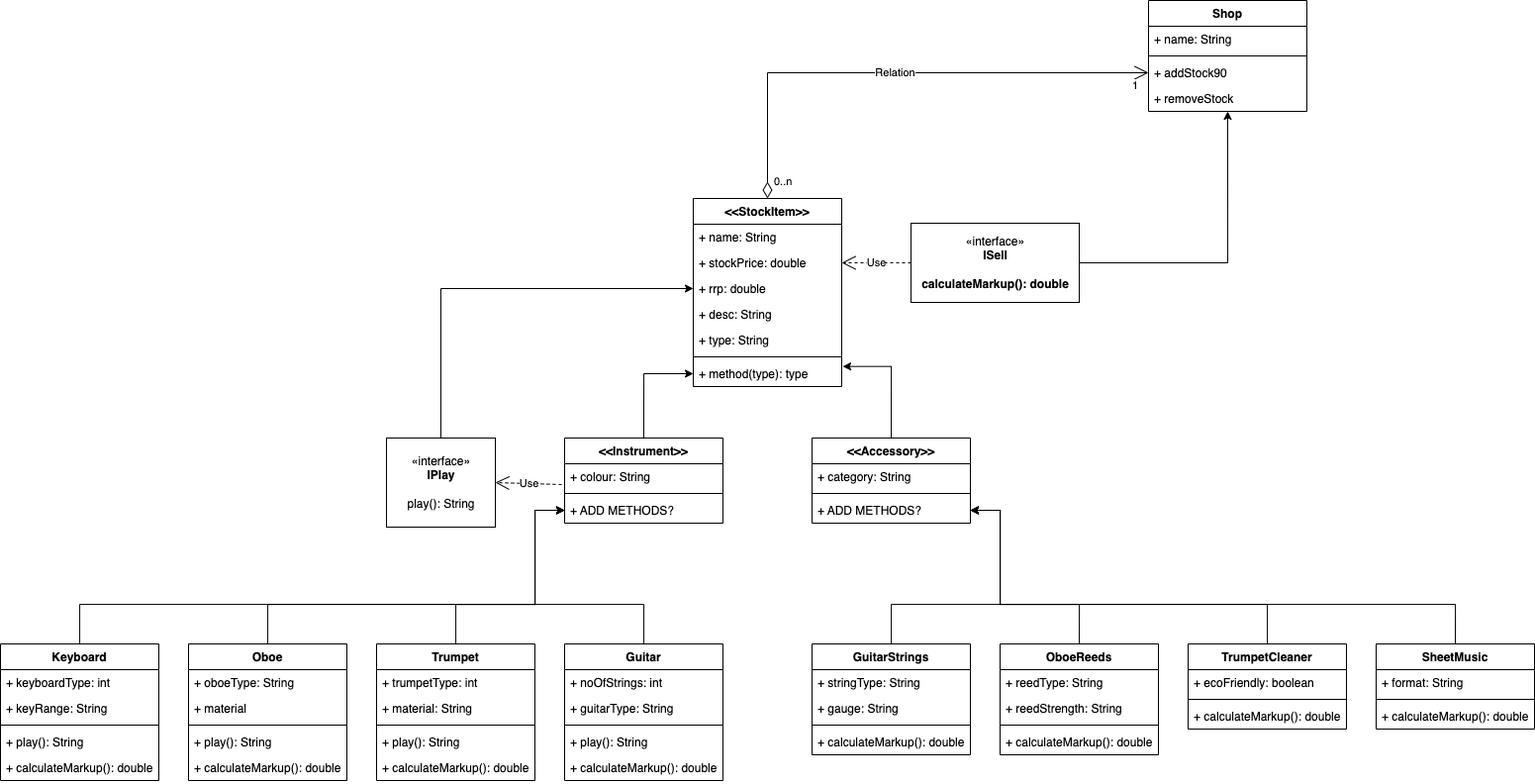
This is planning/Class diagram - music shop.png from Peetfire/w12_we_homework_rays_music_exchange, a draw.io export, as it was before one commit. Source tidied: cells renumbered, new cells last; positions are measured from the earlier drawing's top-left corner, leaving out a move shared by most shapes.
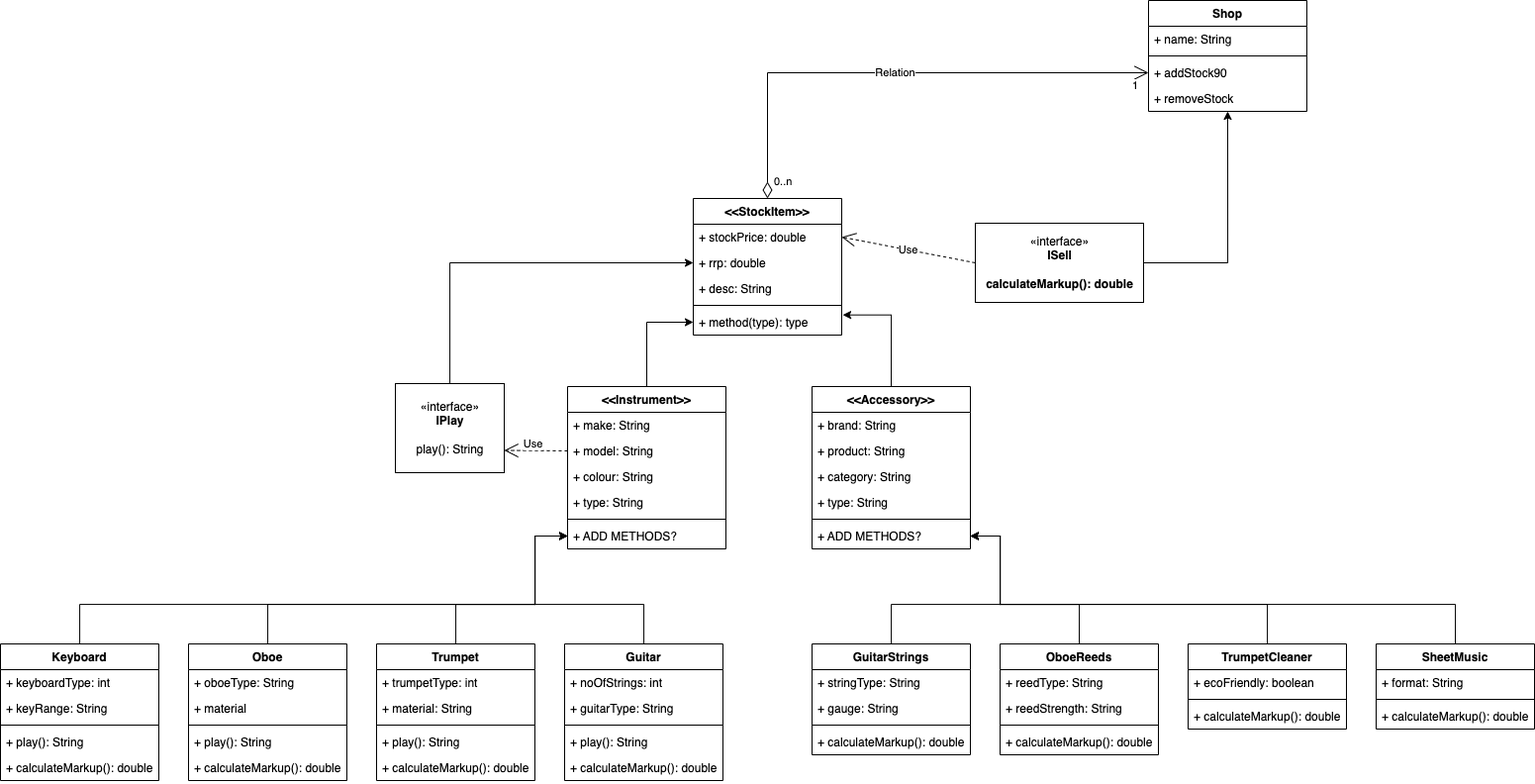
Above is the later version.

Diff of the diagram source:
```diff
@@ -7,7 +7,7 @@
         <Array as="points">
           <mxPoint x="650" y="610" />
           <mxPoint x="540" y="610" />
-          <mxPoint x="540" y="515" />
+          <mxPoint x="540" y="541" />
         </Array>
       </mxGeometry>
     </mxCell>
@@ -33,62 +33,60 @@
       <mxGeometry relative="1" as="geometry" />
     </mxCell>
     <mxCell id="10" value="&lt;&lt;Instrument&gt;&gt;" style="swimlane;fontStyle=1;align=center;verticalAlign=top;horizontal=1;startSize=26;" parent="1" vertex="1">
-      <mxGeometry x="570" y="442" width="160" height="86" as="geometry" />
+      <mxGeometry x="573" y="390" width="160" height="164" as="geometry" />
     </mxCell>
-    <mxCell id="11" value="+ colour: String" style="text;strokeColor=none;fillColor=none;align=left;verticalAlign=top;spacingLeft=4;spacingRight=4;overflow=hidden;" parent="10" vertex="1">
+    <mxCell id="11" value="+ make: String" style="text;strokeColor=none;fillColor=none;align=left;verticalAlign=top;spacingLeft=4;spacingRight=4;overflow=hidden;" parent="10" vertex="1">
       <mxGeometry y="26" width="160" height="26" as="geometry" />
     </mxCell>
+    <mxCell id="85" value="+ model: String" style="text;strokeColor=none;fillColor=none;align=left;verticalAlign=top;spacingLeft=4;spacingRight=4;overflow=hidden;points=[[0,0.5],[1,0.5]];portConstraint=eastwest;" parent="10" vertex="1">
+      <mxGeometry y="52" width="160" height="26" as="geometry" />
+    </mxCell>
+    <mxCell id="86" value="+ colour: String" style="text;strokeColor=none;fillColor=none;align=left;verticalAlign=top;spacingLeft=4;spacingRight=4;overflow=hidden;" parent="10" vertex="1">
+      <mxGeometry y="78" width="160" height="26" as="geometry" />
+    </mxCell>
+    <mxCell id="22" value="+ type: String" style="text;strokeColor=none;fillColor=none;align=left;verticalAlign=top;spacingLeft=4;spacingRight=4;overflow=hidden;" parent="10" vertex="1">
+      <mxGeometry y="104" width="160" height="26" as="geometry" />
+    </mxCell>
     <mxCell id="12" style="line;strokeWidth=1;fillColor=none;align=left;verticalAlign=middle;spacingTop=-1;spacingLeft=3;spacingRight=3;labelPosition=right;" parent="10" vertex="1">
-      <mxGeometry y="52" width="160" height="8" as="geometry" />
+      <mxGeometry y="130" width="160" height="8" as="geometry" />
     </mxCell>
     <mxCell id="13" value="+ ADD METHODS?" style="text;strokeColor=none;fillColor=none;align=left;verticalAlign=top;spacingLeft=4;spacingRight=4;overflow=hidden;points=[[0,0.5],[1,0.5]];portConstraint=eastwest;" parent="10" vertex="1">
-      <mxGeometry y="60" width="160" height="26" as="geometry" />
+      <mxGeometry y="138" width="160" height="26" as="geometry" />
     </mxCell>
-    <mxCell id="14" style="edgeStyle=orthogonalEdgeStyle;rounded=0;jettySize=auto;html=1;exitX=1;exitY=0.5;exitDx=0;exitDy=0;" parent="1" edge="1" source="16">
-      <mxGeometry relative="1" as="geometry">
-        <mxPoint x="500" y="487" as="targetPoint" />
-      </mxGeometry>
-    </mxCell>
     <mxCell id="15" style="edgeStyle=orthogonalEdgeStyle;rounded=0;jettySize=auto;html=1;entryX=0;entryY=0.5;entryDx=0;entryDy=0;" parent="1" edge="1" source="16" target="20">
       <mxGeometry relative="1" as="geometry" />
     </mxCell>
     <mxCell id="16" value="«interface»&lt;br&gt;&lt;b&gt;IPlay&lt;/b&gt;&lt;br&gt;&lt;br&gt;play(): String" style="html=1;" parent="1" vertex="1">
-      <mxGeometry x="390" y="442" width="110" height="90" as="geometry" />
+      <mxGeometry x="399" y="387" width="110" height="90" as="geometry" />
     </mxCell>
     <mxCell id="17" value="&lt;&lt;StockItem&gt;&gt;" style="swimlane;fontStyle=1;align=center;verticalAlign=top;horizontal=1;startSize=26;" parent="1" vertex="1">
-      <mxGeometry x="700" y="200" width="150" height="190" as="geometry" />
+      <mxGeometry x="700" y="200" width="150" height="138" as="geometry" />
     </mxCell>
-    <mxCell id="18" value="+ name: String" style="text;strokeColor=none;fillColor=none;align=left;verticalAlign=top;spacingLeft=4;spacingRight=4;overflow=hidden;" parent="17" vertex="1">
-      <mxGeometry y="26" width="150" height="26" as="geometry" />
-    </mxCell>
     <mxCell id="19" value="+ stockPrice: double" style="text;strokeColor=none;fillColor=none;align=left;verticalAlign=top;spacingLeft=4;spacingRight=4;overflow=hidden;points=[[0,0.5],[1,0.5]];portConstraint=eastwest;" parent="17" vertex="1">
-      <mxGeometry y="52" width="150" height="26" as="geometry" />
+      <mxGeometry y="26" width="150" height="26" as="geometry" />
     </mxCell>
     <mxCell id="20" value="+ rrp: double" style="text;strokeColor=none;fillColor=none;align=left;verticalAlign=top;spacingLeft=4;spacingRight=4;overflow=hidden;points=[[0,0.5],[1,0.5]];portConstraint=eastwest;" parent="17" vertex="1">
-      <mxGeometry y="78" width="150" height="26" as="geometry" />
+      <mxGeometry y="52" width="150" height="26" as="geometry" />
     </mxCell>
     <mxCell id="21" value="+ desc: String" style="text;strokeColor=none;fillColor=none;align=left;verticalAlign=top;spacingLeft=4;spacingRight=4;overflow=hidden;" parent="17" vertex="1">
-      <mxGeometry y="104" width="150" height="26" as="geometry" />
+      <mxGeometry y="78" width="150" height="26" as="geometry" />
     </mxCell>
-    <mxCell id="22" value="+ type: String" style="text;strokeColor=none;fillColor=none;align=left;verticalAlign=top;spacingLeft=4;spacingRight=4;overflow=hidden;" parent="17" vertex="1">
-      <mxGeometry y="130" width="150" height="26" as="geometry" />
-    </mxCell>
     <mxCell id="23" style="line;strokeWidth=1;fillColor=none;align=left;verticalAlign=middle;spacingTop=-1;spacingLeft=3;spacingRight=3;labelPosition=right;" parent="17" vertex="1">
-      <mxGeometry y="156" width="150" height="8" as="geometry" />
+      <mxGeometry y="104" width="150" height="8" as="geometry" />
     </mxCell>
     <mxCell id="24" value="+ method(type): type" style="text;strokeColor=none;fillColor=none;align=left;verticalAlign=top;spacingLeft=4;spacingRight=4;overflow=hidden;points=[[0,0.5],[1,0.5]];portConstraint=eastwest;" parent="17" vertex="1">
-      <mxGeometry y="164" width="150" height="26" as="geometry" />
+      <mxGeometry y="112" width="150" height="26" as="geometry" />
     </mxCell>
-    <mxCell id="25" value="Use" style="endArrow=open;endSize=12;dashed=1;html=1;rounded=0;exitX=-0.019;exitY=0.808;exitDx=0;exitDy=0;entryX=1;entryY=0.5;entryDx=0;entryDy=0;exitPerimeter=0;" parent="1" edge="1" target="16">
-      <mxGeometry relative="1" as="geometry">
-        <mxPoint x="567" y="489" as="sourcePoint" />
+    <mxCell id="25" value="Use" style="endArrow=open;endSize=12;dashed=1;html=1;rounded=0;entryX=1;entryY=0.75;entryDx=0;entryDy=0;exitX=0;exitY=0.5;exitDx=0;exitDy=0;" parent="1" edge="1" source="85" target="16">
+      <mxGeometry x="0.11" y="-7" relative="1" as="geometry">
+        <mxPoint x="1" as="offset" />
       </mxGeometry>
     </mxCell>
     <mxCell id="26" style="edgeStyle=orthogonalEdgeStyle;rounded=0;jettySize=auto;html=1;entryX=0.5;entryY=1;entryDx=0;entryDy=0;" parent="1" edge="1" source="27" target="77">
       <mxGeometry relative="1" as="geometry" />
     </mxCell>
     <mxCell id="27" value="«interface»&lt;br&gt;&lt;b&gt;ISell&lt;br&gt;&lt;br&gt;calculateMarkup(): double&lt;br&gt;&lt;/b&gt;" style="html=1;" parent="1" vertex="1">
-      <mxGeometry x="920" y="225" width="170" height="80" as="geometry" />
+      <mxGeometry x="985" y="225" width="170" height="80" as="geometry" />
     </mxCell>
     <mxCell id="28" value="Use" style="endArrow=open;endSize=12;dashed=1;html=1;rounded=0;exitX=0;exitY=0.5;exitDx=0;exitDy=0;entryX=1;entryY=0.5;entryDx=0;entryDy=0;" parent="1" edge="1" source="27" target="19">
       <mxGeometry relative="1" as="geometry" />
@@ -98,7 +96,7 @@
         <Array as="points">
           <mxPoint x="900" y="610" />
           <mxPoint x="1010" y="610" />
-          <mxPoint x="1010" y="515" />
+          <mxPoint x="1010" y="541" />
         </Array>
       </mxGeometry>
     </mxCell>
@@ -121,23 +119,32 @@
       <mxGeometry relative="1" as="geometry" />
     </mxCell>
     <mxCell id="36" value="&lt;&lt;Accessory&gt;&gt;" style="swimlane;fontStyle=1;align=center;verticalAlign=top;horizontal=1;startSize=26;" parent="1" vertex="1">
-      <mxGeometry x="820" y="442" width="160" height="86" as="geometry" />
+      <mxGeometry x="820" y="390" width="160" height="164" as="geometry" />
     </mxCell>
-    <mxCell id="37" value="+ category: String" style="text;strokeColor=none;fillColor=none;align=left;verticalAlign=top;spacingLeft=4;spacingRight=4;overflow=hidden;" parent="36" vertex="1">
+    <mxCell id="37" value="+ brand: String" style="text;strokeColor=none;fillColor=none;align=left;verticalAlign=top;spacingLeft=4;spacingRight=4;overflow=hidden;" parent="36" vertex="1">
       <mxGeometry y="26" width="160" height="26" as="geometry" />
     </mxCell>
+    <mxCell id="87" value="+ product: String" style="text;strokeColor=none;fillColor=none;align=left;verticalAlign=top;spacingLeft=4;spacingRight=4;overflow=hidden;" parent="36" vertex="1">
+      <mxGeometry y="52" width="160" height="26" as="geometry" />
+    </mxCell>
+    <mxCell id="88" value="+ category: String" style="text;strokeColor=none;fillColor=none;align=left;verticalAlign=top;spacingLeft=4;spacingRight=4;overflow=hidden;" parent="36" vertex="1">
+      <mxGeometry y="78" width="160" height="26" as="geometry" />
+    </mxCell>
+    <mxCell id="89" value="+ type: String" style="text;strokeColor=none;fillColor=none;align=left;verticalAlign=top;spacingLeft=4;spacingRight=4;overflow=hidden;" parent="36" vertex="1">
+      <mxGeometry y="104" width="160" height="26" as="geometry" />
+    </mxCell>
     <mxCell id="38" style="line;strokeWidth=1;fillColor=none;align=left;verticalAlign=middle;spacingTop=-1;spacingLeft=3;spacingRight=3;labelPosition=right;" parent="36" vertex="1">
-      <mxGeometry y="52" width="160" height="8" as="geometry" />
+      <mxGeometry y="130" width="160" height="8" as="geometry" />
     </mxCell>
     <mxCell id="39" value="+ ADD METHODS?" style="text;strokeColor=none;fillColor=none;align=left;verticalAlign=top;spacingLeft=4;spacingRight=4;overflow=hidden;points=[[0,0.5],[1,0.5]];portConstraint=eastwest;" parent="36" vertex="1">
-      <mxGeometry y="60" width="160" height="26" as="geometry" />
+      <mxGeometry y="138" width="160" height="26" as="geometry" />
     </mxCell>
     <mxCell id="40" style="edgeStyle=orthogonalEdgeStyle;rounded=0;jettySize=auto;html=1;exitX=0.5;exitY=0;exitDx=0;exitDy=0;entryX=1;entryY=0.5;entryDx=0;entryDy=0;" parent="1" edge="1" source="41" target="39">
       <mxGeometry relative="1" as="geometry">
         <Array as="points">
           <mxPoint x="1090" y="610" />
           <mxPoint x="1010" y="610" />
-          <mxPoint x="1010" y="515" />
+          <mxPoint x="1010" y="541" />
         </Array>
       </mxGeometry>
     </mxCell>
@@ -161,7 +168,7 @@
         <Array as="points">
           <mxPoint x="1470" y="610" />
           <mxPoint x="1010" y="610" />
-          <mxPoint x="1010" y="515" />
+          <mxPoint x="1010" y="541" />
         </Array>
       </mxGeometry>
     </mxCell>
@@ -182,7 +189,7 @@
         <Array as="points">
           <mxPoint x="1280" y="610" />
           <mxPoint x="1010" y="610" />
-          <mxPoint x="1010" y="515" />
+          <mxPoint x="1010" y="541" />
         </Array>
       </mxGeometry>
     </mxCell>
@@ -203,7 +210,7 @@
         <Array as="points">
           <mxPoint x="460" y="610" />
           <mxPoint x="540" y="610" />
-          <mxPoint x="540" y="515" />
+          <mxPoint x="540" y="541" />
         </Array>
       </mxGeometry>
     </mxCell>
@@ -230,7 +237,7 @@
         <Array as="points">
           <mxPoint x="270" y="610" />
           <mxPoint x="540" y="610" />
-          <mxPoint x="540" y="515" />
+          <mxPoint x="540" y="541" />
         </Array>
       </mxGeometry>
     </mxCell>
@@ -257,7 +264,7 @@
         <Array as="points">
           <mxPoint x="80" y="610" />
           <mxPoint x="540" y="610" />
-          <mxPoint x="540" y="515" />
+          <mxPoint x="540" y="541" />
         </Array>
       </mxGeometry>
     </mxCell>
```
